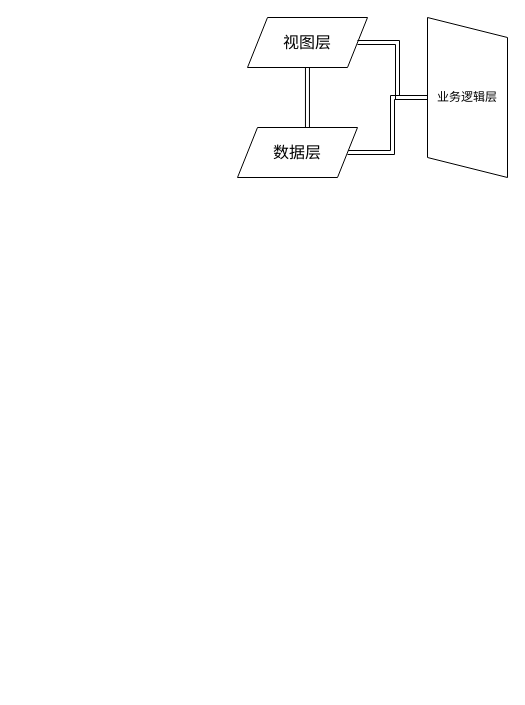
Earlier version of the draw.io diagram 前端工程化.drawio (axing521/draw-io). Source tidied: cells renumbered, new cells numbered last; positions are measured from the earlier drawing's top-left corner, leaving out a move shared by most shapes. Both pictures are drawn from the tidied source at 100%, with x=0, y=0 at pixel (237, 17).
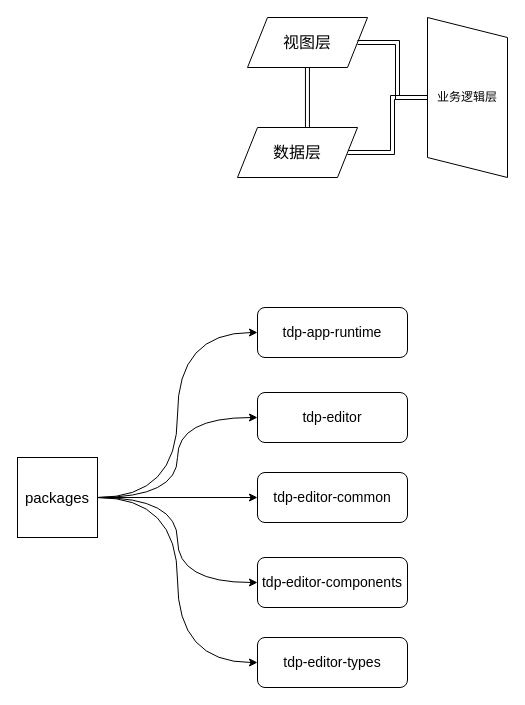
Above is the later version.

Commit message:
更新前端工程化.drawio

What changed in the source:
```diff
@@
 <mxGraphModel>
   <root>
     <mxCell id="0" />
     <mxCell id="1" parent="0" />
     <mxCell id="2" style="edgeStyle=orthogonalEdgeStyle;rounded=0;jettySize=auto;html=1;entryX=0.583;entryY=0.044;entryDx=0;entryDy=0;entryPerimeter=0;shape=link;" parent="1" edge="1" source="3" target="5">
       <mxGeometry relative="1" as="geometry" />
     </mxCell>
     <mxCell id="3" value="&lt;font style=&quot;font-size: 16px;&quot;&gt;视图层&lt;/font&gt;" style="shape=parallelogram;perimeter=parallelogramPerimeter;whiteSpace=wrap;html=1;fixedSize=1;" parent="1" vertex="1">
       <mxGeometry x="10" width="120" height="50" as="geometry" />
     </mxCell>
     <mxCell id="4" style="edgeStyle=orthogonalEdgeStyle;rounded=0;jettySize=auto;html=1;exitX=1;exitY=0.5;exitDx=0;exitDy=0;entryX=0.5;entryY=1;entryDx=0;entryDy=0;shape=link;" parent="1" edge="1" source="5" target="7">
       <mxGeometry relative="1" as="geometry" />
     </mxCell>
     <mxCell id="5" value="&lt;font style=&quot;font-size: 16px;&quot;&gt;数据层&lt;/font&gt;" style="shape=parallelogram;perimeter=parallelogramPerimeter;whiteSpace=wrap;html=1;fixedSize=1;" parent="1" vertex="1">
       <mxGeometry y="110" width="120" height="50" as="geometry" />
     </mxCell>
     <mxCell id="6" style="edgeStyle=orthogonalEdgeStyle;rounded=0;jettySize=auto;html=1;entryX=1;entryY=0.5;entryDx=0;entryDy=0;shape=link;" parent="1" edge="1" source="7" target="3">
       <mxGeometry relative="1" as="geometry" />
     </mxCell>
     <mxCell id="7" value="业务逻辑层" style="shape=parallelogram;perimeter=parallelogramPerimeter;whiteSpace=wrap;html=1;fixedSize=1;direction=south;rotation=0;" parent="1" vertex="1">
       <mxGeometry x="190" width="80" height="160" as="geometry" />
     </mxCell>
+    <mxCell id="8" style="edgeStyle=orthogonalEdgeStyle;rounded=0;jettySize=auto;html=1;exitX=1;exitY=0.5;exitDx=0;exitDy=0;entryX=0;entryY=0.5;entryDx=0;entryDy=0;curved=1;" parent="1" edge="1" source="13" target="14">
+      <mxGeometry relative="1" as="geometry" />
+    </mxCell>
+    <mxCell id="9" style="edgeStyle=orthogonalEdgeStyle;rounded=0;jettySize=auto;html=1;exitX=1;exitY=0.5;exitDx=0;exitDy=0;entryX=0;entryY=0.5;entryDx=0;entryDy=0;curved=1;" parent="1" edge="1" source="13" target="16">
+      <mxGeometry relative="1" as="geometry" />
+    </mxCell>
+    <mxCell id="10" style="edgeStyle=orthogonalEdgeStyle;rounded=0;jettySize=auto;html=1;exitX=1;exitY=0.5;exitDx=0;exitDy=0;entryX=0;entryY=0.5;entryDx=0;entryDy=0;" parent="1" edge="1" source="13" target="17">
+      <mxGeometry relative="1" as="geometry" />
+    </mxCell>
+    <mxCell id="11" style="edgeStyle=orthogonalEdgeStyle;rounded=0;jettySize=auto;html=1;exitX=1;exitY=0.5;exitDx=0;exitDy=0;entryX=0;entryY=0.5;entryDx=0;entryDy=0;curved=1;" parent="1" edge="1" source="13" target="18">
+      <mxGeometry relative="1" as="geometry" />
+    </mxCell>
+    <mxCell id="12" style="edgeStyle=orthogonalEdgeStyle;rounded=0;jettySize=auto;html=1;exitX=1;exitY=0.5;exitDx=0;exitDy=0;entryX=0;entryY=0.5;entryDx=0;entryDy=0;curved=1;" parent="1" edge="1" source="13" target="15">
+      <mxGeometry relative="1" as="geometry" />
+    </mxCell>
+    <mxCell id="13" value="&lt;font style=&quot;font-size: 15px;&quot;&gt;packages&lt;/font&gt;" style="whiteSpace=wrap;html=1;" parent="1" vertex="1">
+      <mxGeometry x="-220" y="440" width="80" height="80" as="geometry" />
+    </mxCell>
+    <mxCell id="14" value="&lt;font style=&quot;font-size: 14px;&quot;&gt;tdp-app-runtime&lt;/font&gt;" style="rounded=1;whiteSpace=wrap;html=1;" parent="1" vertex="1">
+      <mxGeometry x="20" y="290" width="150" height="50" as="geometry" />
+    </mxCell>
+    <mxCell id="15" value="&lt;font style=&quot;font-size: 14px;&quot;&gt;tdp-editor-types&lt;/font&gt;" style="rounded=1;whiteSpace=wrap;html=1;" parent="1" vertex="1">
+      <mxGeometry x="20" y="620" width="150" height="50" as="geometry" />
+    </mxCell>
+    <mxCell id="16" value="&lt;font style=&quot;font-size: 14px;&quot;&gt;tdp-editor&lt;/font&gt;" style="rounded=1;whiteSpace=wrap;html=1;" parent="1" vertex="1">
+      <mxGeometry x="20" y="375" width="150" height="50" as="geometry" />
+    </mxCell>
+    <mxCell id="17" value="&lt;font style=&quot;font-size: 14px;&quot;&gt;tdp-editor-common&lt;/font&gt;" style="rounded=1;whiteSpace=wrap;html=1;" parent="1" vertex="1">
+      <mxGeometry x="20" y="455" width="150" height="50" as="geometry" />
+    </mxCell>
+    <mxCell id="18" value="&lt;font style=&quot;font-size: 14px;&quot;&gt;tdp-editor-components&lt;/font&gt;" style="rounded=1;whiteSpace=wrap;html=1;" parent="1" vertex="1">
+      <mxGeometry x="20" y="540" width="150" height="50" as="geometry" />
+    </mxCell>
   </root>
 </mxGraphModel>
```
